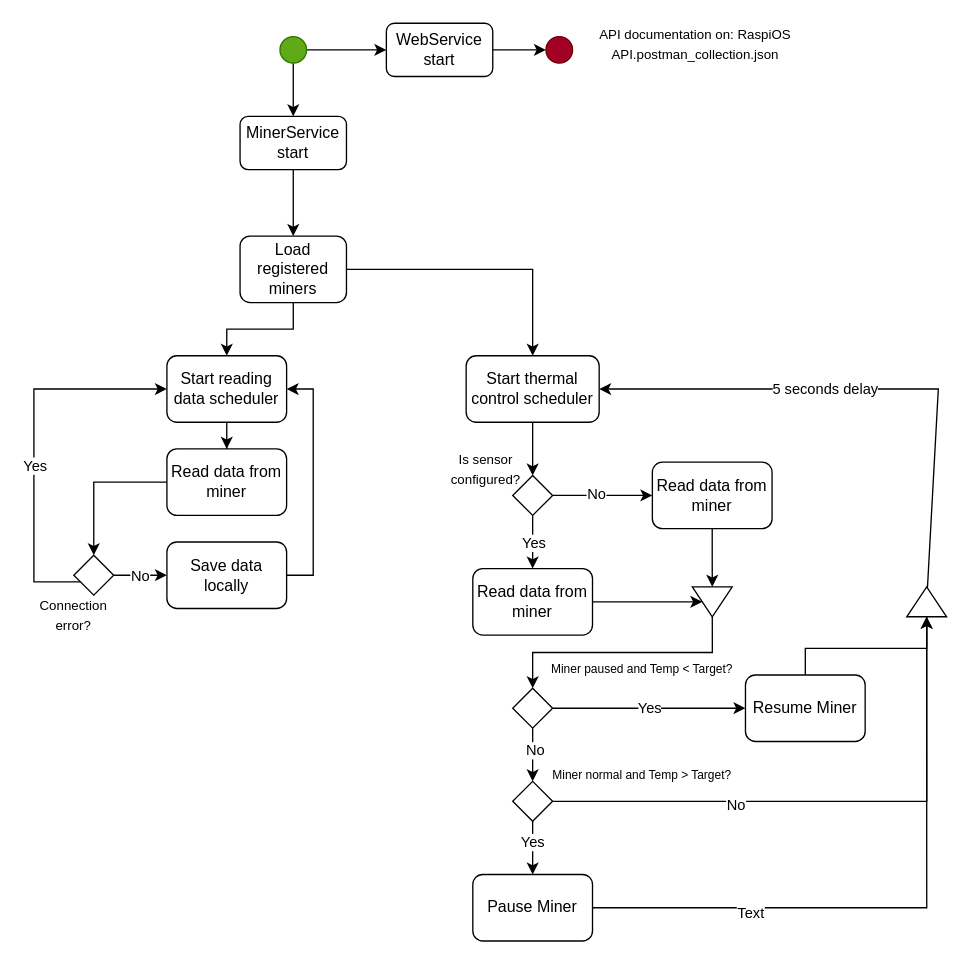
The draw.io diagram Planning, files and stuff/Raspi Process Diagram.drawio in Thermine-xyz/thermine-raspi, before the edit. Source tidied: cells renumbered, new cells numbered last; positions are measured from the earlier drawing's top-left corner, leaving out a move shared by most shapes. Both pictures are drawn from the tidied source at 133%, with x=0, y=0 at pixel (33, 23).
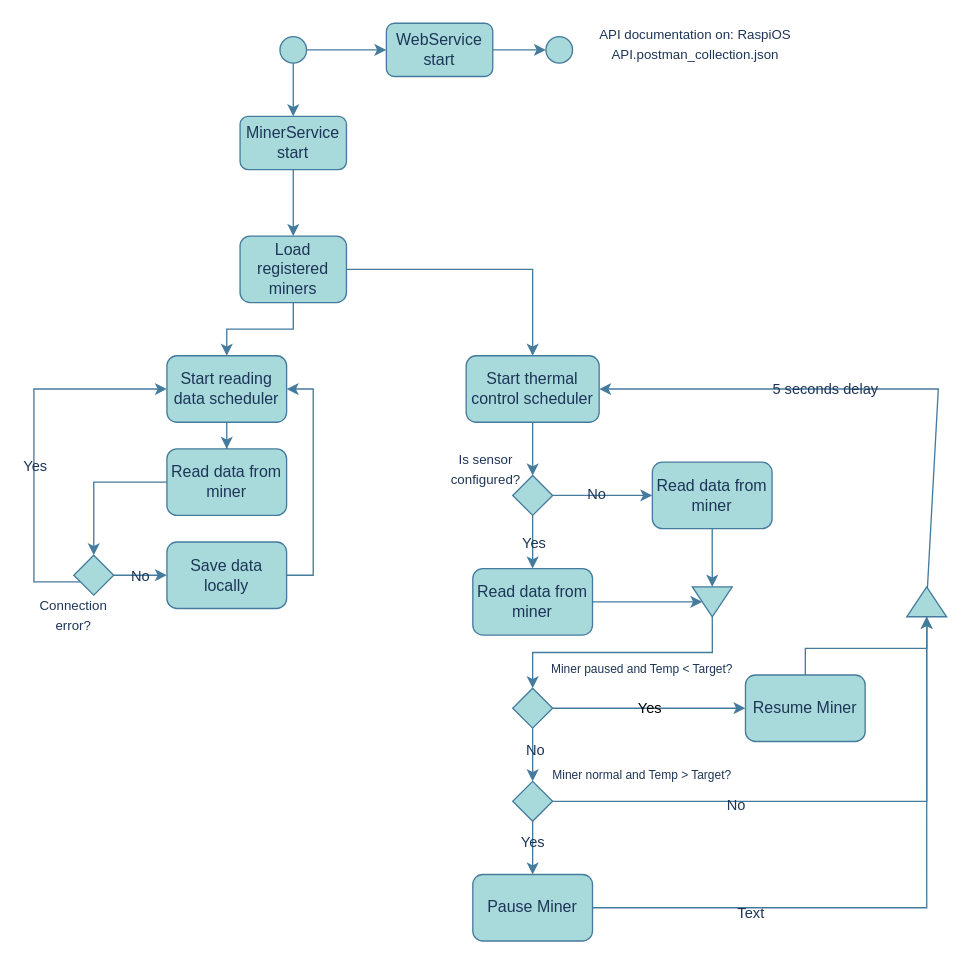
The same page after the edit.

Commit message (it also covers changes not shown here):
Process Diagram

The edit, as a diff of the source:
```diff
@@
-<mxGraphModel>
+<mxGraphModel background="light-dark(#FFFFFF,#121212)">
@@
-    <mxCell id="2" style="edgeStyle=orthogonalEdgeStyle;rounded=0;jettySize=auto;html=1;entryX=0;entryY=0.5;entryDx=0;entryDy=0;" parent="1" edge="1" source="4" target="6">
+    <mxCell id="2" style="edgeStyle=orthogonalEdgeStyle;rounded=0;jettySize=auto;html=1;entryX=0;entryY=0.5;entryDx=0;entryDy=0;labelBackgroundColor=none;strokeColor=#457B9D;fontColor=default;" parent="1" edge="1" source="4" target="6">
       <mxGeometry relative="1" as="geometry" />
     </mxCell>
-    <mxCell id="3" style="edgeStyle=orthogonalEdgeStyle;rounded=0;jettySize=auto;html=1;" parent="1" edge="1" source="4" target="8">
+    <mxCell id="3" style="edgeStyle=orthogonalEdgeStyle;rounded=0;jettySize=auto;html=1;labelBackgroundColor=none;strokeColor=#457B9D;fontColor=default;" parent="1" edge="1" source="4" target="8">
       <mxGeometry relative="1" as="geometry" />
     </mxCell>
-    <mxCell id="4" style="ellipse;whiteSpace=wrap;html=1;fillColor=#60a917;fontColor=#ffffff;strokeColor=#2D7600;" parent="1" vertex="1">
+    <mxCell id="4" style="ellipse;whiteSpace=wrap;html=1;fillColor=#A8DADC;fontColor=#1D3557;strokeColor=#457B9D;labelBackgroundColor=none;" parent="1" vertex="1">
       <mxGeometry x="185" y="10" width="20" height="20" as="geometry" />
     </mxCell>
-    <mxCell id="5" style="edgeStyle=orthogonalEdgeStyle;rounded=0;jettySize=auto;html=1;" parent="1" edge="1" source="6" target="9">
+    <mxCell id="5" style="edgeStyle=orthogonalEdgeStyle;rounded=0;jettySize=auto;html=1;labelBackgroundColor=none;strokeColor=#457B9D;fontColor=default;" parent="1" edge="1" source="6" target="9">
       <mxGeometry relative="1" as="geometry" />
     </mxCell>
-    <mxCell id="6" value="WebService start" style="rounded=1;whiteSpace=wrap;html=1;" parent="1" vertex="1">
+    <mxCell id="6" value="WebService start" style="rounded=1;whiteSpace=wrap;html=1;labelBackgroundColor=none;fillColor=#A8DADC;strokeColor=#457B9D;fontColor=#1D3557;" parent="1" vertex="1">
       <mxGeometry x="265" width="80" height="40" as="geometry" />
     </mxCell>
-    <mxCell id="7" style="edgeStyle=orthogonalEdgeStyle;rounded=0;jettySize=auto;html=1;" parent="1" edge="1" source="8" target="12">
+    <mxCell id="7" style="edgeStyle=orthogonalEdgeStyle;rounded=0;jettySize=auto;html=1;labelBackgroundColor=none;strokeColor=#457B9D;fontColor=default;" parent="1" edge="1" source="8" target="12">
       <mxGeometry relative="1" as="geometry" />
     </mxCell>
-    <mxCell id="8" value="MinerService start" style="rounded=1;whiteSpace=wrap;html=1;" parent="1" vertex="1">
+    <mxCell id="8" value="MinerService start" style="rounded=1;whiteSpace=wrap;html=1;labelBackgroundColor=none;fillColor=#A8DADC;strokeColor=#457B9D;fontColor=#1D3557;" parent="1" vertex="1">
       <mxGeometry x="155" y="70" width="80" height="40" as="geometry" />
     </mxCell>
-    <mxCell id="9" style="ellipse;whiteSpace=wrap;html=1;fillColor=#a20025;fontColor=#ffffff;strokeColor=#6F0000;" parent="1" vertex="1">
+    <mxCell id="9" style="ellipse;whiteSpace=wrap;html=1;fillColor=#A8DADC;fontColor=#1D3557;strokeColor=#457B9D;labelBackgroundColor=none;" parent="1" vertex="1">
       <mxGeometry x="385" y="10" width="20" height="20" as="geometry" />
     </mxCell>
-    <mxCell id="10" style="edgeStyle=orthogonalEdgeStyle;rounded=0;jettySize=auto;html=1;" parent="1" edge="1" source="12" target="14">
+    <mxCell id="10" style="edgeStyle=orthogonalEdgeStyle;rounded=0;jettySize=auto;html=1;labelBackgroundColor=none;strokeColor=#457B9D;fontColor=default;" parent="1" edge="1" source="12" target="14">
       <mxGeometry relative="1" as="geometry" />
     </mxCell>
-    <mxCell id="11" style="edgeStyle=orthogonalEdgeStyle;rounded=0;jettySize=auto;html=1;" parent="1" edge="1" source="12" target="16">
+    <mxCell id="11" style="edgeStyle=orthogonalEdgeStyle;rounded=0;jettySize=auto;html=1;labelBackgroundColor=none;strokeColor=#457B9D;fontColor=default;" parent="1" edge="1" source="12" target="16">
       <mxGeometry relative="1" as="geometry" />
     </mxCell>
-    <mxCell id="12" value="Load registered miners" style="rounded=1;whiteSpace=wrap;html=1;" parent="1" vertex="1">
+    <mxCell id="12" value="Load registered miners" style="rounded=1;whiteSpace=wrap;html=1;labelBackgroundColor=none;fillColor=#A8DADC;strokeColor=#457B9D;fontColor=#1D3557;" parent="1" vertex="1">
       <mxGeometry x="155" y="160" width="80" height="50" as="geometry" />
     </mxCell>
-    <mxCell id="13" style="edgeStyle=orthogonalEdgeStyle;rounded=0;jettySize=auto;html=1;" parent="1" edge="1" source="14" target="18">
+    <mxCell id="13" style="edgeStyle=orthogonalEdgeStyle;rounded=0;jettySize=auto;html=1;labelBackgroundColor=none;strokeColor=#457B9D;fontColor=default;" parent="1" edge="1" source="14" target="18">
       <mxGeometry relative="1" as="geometry" />
     </mxCell>
-    <mxCell id="14" value="Start reading data scheduler" style="rounded=1;whiteSpace=wrap;html=1;" parent="1" vertex="1">
+    <mxCell id="14" value="Start reading data scheduler" style="rounded=1;whiteSpace=wrap;html=1;labelBackgroundColor=none;fillColor=#A8DADC;strokeColor=#457B9D;fontColor=#1D3557;" parent="1" vertex="1">
       <mxGeometry x="100" y="250" width="90" height="50" as="geometry" />
     </mxCell>
-    <mxCell id="15" style="edgeStyle=orthogonalEdgeStyle;rounded=0;jettySize=auto;html=1;" parent="1" edge="1" source="16" target="31">
+    <mxCell id="15" style="edgeStyle=orthogonalEdgeStyle;rounded=0;jettySize=auto;html=1;labelBackgroundColor=none;strokeColor=#457B9D;fontColor=default;" parent="1" edge="1" source="16" target="31">
       <mxGeometry relative="1" as="geometry" />
     </mxCell>
-    <mxCell id="16" value="Start thermal control scheduler" style="rounded=1;whiteSpace=wrap;html=1;" parent="1" vertex="1">
+    <mxCell id="16" value="Start thermal control scheduler" style="rounded=1;whiteSpace=wrap;html=1;labelBackgroundColor=none;fillColor=#A8DADC;strokeColor=#457B9D;fontColor=#1D3557;" parent="1" vertex="1">
       <mxGeometry x="325" y="250" width="100" height="50" as="geometry" />
     </mxCell>
-    <mxCell id="17" style="edgeStyle=orthogonalEdgeStyle;rounded=0;jettySize=auto;html=1;entryX=0.5;entryY=0;entryDx=0;entryDy=0;" parent="1" edge="1" source="18" target="23">
+    <mxCell id="17" style="edgeStyle=orthogonalEdgeStyle;rounded=0;jettySize=auto;html=1;entryX=0.5;entryY=0;entryDx=0;entryDy=0;labelBackgroundColor=none;strokeColor=#457B9D;fontColor=default;" parent="1" edge="1" source="18" target="23">
       <mxGeometry relative="1" as="geometry" />
     </mxCell>
-    <mxCell id="18" value="Read data from miner" style="rounded=1;whiteSpace=wrap;html=1;" parent="1" vertex="1">
+    <mxCell id="18" value="Read data from miner" style="rounded=1;whiteSpace=wrap;html=1;labelBackgroundColor=none;fillColor=#A8DADC;strokeColor=#457B9D;fontColor=#1D3557;" parent="1" vertex="1">
       <mxGeometry x="100" y="320" width="90" height="50" as="geometry" />
     </mxCell>
-    <mxCell id="19" style="edgeStyle=orthogonalEdgeStyle;rounded=0;jettySize=auto;html=1;entryX=0;entryY=0.5;entryDx=0;entryDy=0;" parent="1" edge="1" source="23" target="14">
+    <mxCell id="19" style="edgeStyle=orthogonalEdgeStyle;rounded=0;jettySize=auto;html=1;entryX=0;entryY=0.5;entryDx=0;entryDy=0;labelBackgroundColor=none;strokeColor=#457B9D;fontColor=default;" parent="1" edge="1" source="23" target="14">
       <mxGeometry relative="1" as="geometry">
         <Array as="points">
           <mxPoint y="420" />
           <mxPoint y="275" />
         </Array>
       </mxGeometry>
     </mxCell>
-    <mxCell id="20" value="Yes" style="edgeLabel;html=1;align=center;verticalAlign=middle;" parent="19" vertex="1">
+    <mxCell id="20" value="Yes" style="edgeLabel;html=1;align=center;verticalAlign=middle;labelBackgroundColor=none;fontColor=#1D3557;" parent="19" vertex="1">
       <mxGeometry x="-0.12" relative="1" as="geometry" />
     </mxCell>
-    <mxCell id="21" style="edgeStyle=orthogonalEdgeStyle;rounded=0;jettySize=auto;html=1;" parent="1" edge="1" source="23" target="25">
+    <mxCell id="21" style="edgeStyle=orthogonalEdgeStyle;rounded=0;jettySize=auto;html=1;labelBackgroundColor=none;strokeColor=#457B9D;fontColor=default;" parent="1" edge="1" source="23" target="25">
       <mxGeometry relative="1" as="geometry" />
     </mxCell>
-    <mxCell id="22" value="No" style="edgeLabel;html=1;align=center;verticalAlign=middle;" parent="21" vertex="1">
+    <mxCell id="22" value="No" style="edgeLabel;html=1;align=center;verticalAlign=middle;labelBackgroundColor=none;fontColor=#1D3557;" parent="21" vertex="1">
       <mxGeometry x="0.32" y="-1" relative="1" as="geometry">
         <mxPoint x="-7" y="-1" as="offset" />
       </mxGeometry>
     </mxCell>
-    <mxCell id="23" style="rhombus;whiteSpace=wrap;html=1;" parent="1" vertex="1">
+    <mxCell id="23" style="rhombus;whiteSpace=wrap;html=1;labelBackgroundColor=none;fillColor=#A8DADC;strokeColor=#457B9D;fontColor=#1D3557;" parent="1" vertex="1">
       <mxGeometry x="30" y="400" width="30" height="30" as="geometry" />
     </mxCell>
-    <mxCell id="24" style="edgeStyle=orthogonalEdgeStyle;rounded=0;jettySize=auto;html=1;entryX=1;entryY=0.5;entryDx=0;entryDy=0;" parent="1" edge="1" source="25" target="14">
+    <mxCell id="24" style="edgeStyle=orthogonalEdgeStyle;rounded=0;jettySize=auto;html=1;entryX=1;entryY=0.5;entryDx=0;entryDy=0;labelBackgroundColor=none;strokeColor=#457B9D;fontColor=default;" parent="1" edge="1" source="25" target="14">
       <mxGeometry relative="1" as="geometry">
         <Array as="points">
           <mxPoint x="210" y="415" />
           <mxPoint x="210" y="275" />
         </Array>
       </mxGeometry>
     </mxCell>
-    <mxCell id="25" value="Save data locally" style="rounded=1;whiteSpace=wrap;html=1;" parent="1" vertex="1">
+    <mxCell id="25" value="Save data locally" style="rounded=1;whiteSpace=wrap;html=1;labelBackgroundColor=none;fillColor=#A8DADC;strokeColor=#457B9D;fontColor=#1D3557;" parent="1" vertex="1">
       <mxGeometry x="100" y="390" width="90" height="50" as="geometry" />
     </mxCell>
-    <mxCell id="26" value="&lt;font style=&quot;font-size: 10px;&quot;&gt;Connection error?&lt;/font&gt;" style="text;html=1;align=center;verticalAlign=middle;whiteSpace=wrap;rounded=0;" parent="1" vertex="1">
+    <mxCell id="26" value="&lt;font style=&quot;font-size: 10px;&quot;&gt;Connection error?&lt;/font&gt;" style="text;html=1;align=center;verticalAlign=middle;whiteSpace=wrap;rounded=0;labelBackgroundColor=none;fontColor=#1D3557;" parent="1" vertex="1">
       <mxGeometry y="430" width="60" height="30" as="geometry" />
     </mxCell>
-    <mxCell id="27" style="edgeStyle=orthogonalEdgeStyle;rounded=0;jettySize=auto;html=1;" parent="1" edge="1" source="31" target="34">
+    <mxCell id="27" style="edgeStyle=orthogonalEdgeStyle;rounded=0;jettySize=auto;html=1;labelBackgroundColor=none;strokeColor=#457B9D;fontColor=default;" parent="1" edge="1" source="31" target="34">
       <mxGeometry relative="1" as="geometry" />
     </mxCell>
-    <mxCell id="28" value="No" style="edgeLabel;html=1;align=center;verticalAlign=middle;" parent="27" vertex="1">
+    <mxCell id="28" value="No" style="edgeLabel;html=1;align=center;verticalAlign=middle;labelBackgroundColor=none;fontColor=#1D3557;" parent="27" vertex="1">
       <mxGeometry x="-0.16" y="2" relative="1" as="geometry" />
     </mxCell>
-    <mxCell id="29" style="edgeStyle=orthogonalEdgeStyle;rounded=0;jettySize=auto;html=1;" parent="1" edge="1" source="31" target="36">
+    <mxCell id="29" style="edgeStyle=orthogonalEdgeStyle;rounded=0;jettySize=auto;html=1;labelBackgroundColor=none;strokeColor=#457B9D;fontColor=default;" parent="1" edge="1" source="31" target="36">
       <mxGeometry relative="1" as="geometry" />
     </mxCell>
-    <mxCell id="30" value="Yes" style="edgeLabel;html=1;align=center;verticalAlign=middle;" parent="29" vertex="1">
+    <mxCell id="30" value="Yes" style="edgeLabel;html=1;align=center;verticalAlign=middle;labelBackgroundColor=none;fontColor=#1D3557;" parent="29" vertex="1">
       <mxGeometry x="0.29" y="-2" relative="1" as="geometry">
         <mxPoint x="2" y="-6" as="offset" />
       </mxGeometry>
     </mxCell>
-    <mxCell id="31" style="rhombus;whiteSpace=wrap;html=1;" parent="1" vertex="1">
+    <mxCell id="31" style="rhombus;whiteSpace=wrap;html=1;labelBackgroundColor=none;fillColor=#A8DADC;strokeColor=#457B9D;fontColor=#1D3557;" parent="1" vertex="1">
       <mxGeometry x="360" y="340" width="30" height="30" as="geometry" />
     </mxCell>
-    <mxCell id="32" value="&lt;font style=&quot;font-size: 10px;&quot;&gt;Is sensor configured?&lt;/font&gt;" style="text;html=1;align=center;verticalAlign=middle;whiteSpace=wrap;rounded=0;" parent="1" vertex="1">
+    <mxCell id="32" value="&lt;font style=&quot;font-size: 10px;&quot;&gt;Is sensor configured?&lt;/font&gt;" style="text;html=1;align=center;verticalAlign=middle;whiteSpace=wrap;rounded=0;labelBackgroundColor=none;fontColor=#1D3557;" parent="1" vertex="1">
       <mxGeometry x="310" y="320" width="60" height="30" as="geometry" />
     </mxCell>
-    <mxCell id="33" style="edgeStyle=orthogonalEdgeStyle;rounded=0;jettySize=auto;html=1;" parent="1" edge="1" source="34" target="38">
+    <mxCell id="33" style="edgeStyle=orthogonalEdgeStyle;rounded=0;jettySize=auto;html=1;labelBackgroundColor=none;strokeColor=#457B9D;fontColor=default;" parent="1" edge="1" source="34" target="38">
       <mxGeometry relative="1" as="geometry" />
     </mxCell>
-    <mxCell id="34" value="Read data from miner" style="rounded=1;whiteSpace=wrap;html=1;" parent="1" vertex="1">
+    <mxCell id="34" value="Read data from miner" style="rounded=1;whiteSpace=wrap;html=1;labelBackgroundColor=none;fillColor=#A8DADC;strokeColor=#457B9D;fontColor=#1D3557;" parent="1" vertex="1">
       <mxGeometry x="465" y="330" width="90" height="50" as="geometry" />
     </mxCell>
-    <mxCell id="35" style="edgeStyle=orthogonalEdgeStyle;rounded=0;jettySize=auto;html=1;entryX=0.5;entryY=1;entryDx=0;entryDy=0;" parent="1" edge="1" source="36" target="38">
+    <mxCell id="35" style="edgeStyle=orthogonalEdgeStyle;rounded=0;jettySize=auto;html=1;entryX=0.5;entryY=1;entryDx=0;entryDy=0;labelBackgroundColor=none;strokeColor=#457B9D;fontColor=default;" parent="1" edge="1" source="36" target="38">
       <mxGeometry relative="1" as="geometry" />
     </mxCell>
-    <mxCell id="36" value="Read data from miner" style="rounded=1;whiteSpace=wrap;html=1;" parent="1" vertex="1">
+    <mxCell id="36" value="Read data from miner" style="rounded=1;whiteSpace=wrap;html=1;labelBackgroundColor=none;fillColor=#A8DADC;strokeColor=#457B9D;fontColor=#1D3557;" parent="1" vertex="1">
       <mxGeometry x="330" y="410" width="90" height="50" as="geometry" />
     </mxCell>
-    <mxCell id="37" style="edgeStyle=orthogonalEdgeStyle;rounded=0;jettySize=auto;html=1;exitX=1;exitY=0.5;exitDx=0;exitDy=0;" parent="1" edge="1" source="38" target="42">
+    <mxCell id="37" style="edgeStyle=orthogonalEdgeStyle;rounded=0;jettySize=auto;html=1;exitX=1;exitY=0.5;exitDx=0;exitDy=0;labelBackgroundColor=none;strokeColor=#457B9D;fontColor=default;" parent="1" edge="1" source="38" target="42">
       <mxGeometry relative="1" as="geometry" />
     </mxCell>
-    <mxCell id="38" style="triangle;whiteSpace=wrap;html=1;rotation=90;" parent="1" vertex="1">
+    <mxCell id="38" style="triangle;whiteSpace=wrap;html=1;rotation=90;labelBackgroundColor=none;fillColor=#A8DADC;strokeColor=#457B9D;fontColor=#1D3557;" parent="1" vertex="1">
       <mxGeometry x="498.8" y="420" width="22.5" height="30" as="geometry" />
     </mxCell>
-    <mxCell id="39" style="edgeStyle=orthogonalEdgeStyle;rounded=0;jettySize=auto;html=1;" parent="1" edge="1" source="42" target="48">
+    <mxCell id="39" style="edgeStyle=orthogonalEdgeStyle;rounded=0;jettySize=auto;html=1;labelBackgroundColor=none;strokeColor=#457B9D;fontColor=default;" parent="1" edge="1" source="42" target="48">
       <mxGeometry relative="1" as="geometry" />
     </mxCell>
-    <mxCell id="40" value="No" style="edgeLabel;html=1;align=center;verticalAlign=middle;" parent="39" vertex="1">
+    <mxCell id="40" value="No" style="edgeLabel;html=1;align=center;verticalAlign=middle;labelBackgroundColor=none;fontColor=#1D3557;" parent="39" vertex="1">
       <mxGeometry x="-0.22" y="1" relative="1" as="geometry" />
     </mxCell>
-    <mxCell id="41" value="Yes" style="edgeStyle=orthogonalEdgeStyle;rounded=0;jettySize=auto;html=1;" parent="1" edge="1" source="42" target="50">
+    <mxCell id="41" value="Yes" style="edgeStyle=orthogonalEdgeStyle;rounded=0;jettySize=auto;html=1;labelBackgroundColor=none;strokeColor=#457B9D;fontColor=default;" parent="1" edge="1" source="42" target="50">
       <mxGeometry relative="1" as="geometry" />
     </mxCell>
-    <mxCell id="42" style="rhombus;whiteSpace=wrap;html=1;" parent="1" vertex="1">
+    <mxCell id="42" style="rhombus;whiteSpace=wrap;html=1;labelBackgroundColor=none;fillColor=#A8DADC;strokeColor=#457B9D;fontColor=#1D3557;" parent="1" vertex="1">
       <mxGeometry x="360" y="500" width="30" height="30" as="geometry" />
     </mxCell>
-    <mxCell id="43" value="&lt;font style=&quot;font-size: 9px;&quot;&gt;Miner paused and Temp &amp;lt; Target?&lt;/font&gt;" style="text;html=1;align=center;verticalAlign=middle;whiteSpace=wrap;rounded=0;" parent="1" vertex="1">
+    <mxCell id="43" value="&lt;font style=&quot;font-size: 9px;&quot;&gt;Miner paused and Temp &amp;lt; Target?&lt;/font&gt;" style="text;html=1;align=center;verticalAlign=middle;whiteSpace=wrap;rounded=0;labelBackgroundColor=none;fontColor=#1D3557;" parent="1" vertex="1">
       <mxGeometry x="380" y="470" width="155" height="30" as="geometry" />
     </mxCell>
-    <mxCell id="44" style="edgeStyle=orthogonalEdgeStyle;rounded=0;jettySize=auto;html=1;entryX=0.5;entryY=0;entryDx=0;entryDy=0;" parent="1" edge="1" source="48" target="54">
+    <mxCell id="44" style="edgeStyle=orthogonalEdgeStyle;rounded=0;jettySize=auto;html=1;entryX=0.5;entryY=0;entryDx=0;entryDy=0;labelBackgroundColor=none;strokeColor=#457B9D;fontColor=default;" parent="1" edge="1" source="48" target="54">
       <mxGeometry relative="1" as="geometry" />
     </mxCell>
-    <mxCell id="45" value="Yes" style="edgeLabel;html=1;align=center;verticalAlign=middle;" parent="44" vertex="1">
+    <mxCell id="45" value="Yes" style="edgeLabel;html=1;align=center;verticalAlign=middle;labelBackgroundColor=none;fontColor=#1D3557;" parent="44" vertex="1">
       <mxGeometry x="-0.25" y="-1" relative="1" as="geometry" />
     </mxCell>
-    <mxCell id="46" style="edgeStyle=orthogonalEdgeStyle;rounded=0;jettySize=auto;html=1;" parent="1" edge="1" source="48" target="57">
+    <mxCell id="46" style="edgeStyle=orthogonalEdgeStyle;rounded=0;jettySize=auto;html=1;labelBackgroundColor=none;strokeColor=#457B9D;fontColor=default;" parent="1" edge="1" source="48" target="57">
       <mxGeometry relative="1" as="geometry" />
     </mxCell>
-    <mxCell id="47" value="No" style="edgeLabel;html=1;align=center;verticalAlign=middle;" parent="46" vertex="1">
+    <mxCell id="47" value="No" style="edgeLabel;html=1;align=center;verticalAlign=middle;labelBackgroundColor=none;fontColor=#1D3557;" parent="46" vertex="1">
       <mxGeometry x="-0.35" y="-2" relative="1" as="geometry" />
     </mxCell>
-    <mxCell id="48" style="rhombus;whiteSpace=wrap;html=1;" parent="1" vertex="1">
+    <mxCell id="48" style="rhombus;whiteSpace=wrap;html=1;labelBackgroundColor=none;fillColor=#A8DADC;strokeColor=#457B9D;fontColor=#1D3557;" parent="1" vertex="1">
       <mxGeometry x="360" y="570" width="30" height="30" as="geometry" />
     </mxCell>
-    <mxCell id="49" style="edgeStyle=orthogonalEdgeStyle;rounded=0;jettySize=auto;html=1;entryX=1;entryY=0.5;entryDx=0;entryDy=0;" parent="1" edge="1" source="50" target="57">
+    <mxCell id="49" style="edgeStyle=orthogonalEdgeStyle;rounded=0;jettySize=auto;html=1;entryX=1;entryY=0.5;entryDx=0;entryDy=0;labelBackgroundColor=none;strokeColor=#457B9D;fontColor=default;" parent="1" edge="1" source="50" target="57">
       <mxGeometry relative="1" as="geometry">
         <Array as="points">
           <mxPoint x="580" y="470" />
           <mxPoint x="671" y="470" />
         </Array>
       </mxGeometry>
     </mxCell>
-    <mxCell id="50" value="Resume Miner" style="rounded=1;whiteSpace=wrap;html=1;" parent="1" vertex="1">
+    <mxCell id="50" value="Resume Miner" style="rounded=1;whiteSpace=wrap;html=1;labelBackgroundColor=none;fillColor=#A8DADC;strokeColor=#457B9D;fontColor=#1D3557;" parent="1" vertex="1">
       <mxGeometry x="535" y="490" width="90" height="50" as="geometry" />
     </mxCell>
-    <mxCell id="51" value="&lt;font style=&quot;font-size: 9px;&quot;&gt;Miner normal and Temp &amp;gt; Target?&lt;/font&gt;" style="text;html=1;align=center;verticalAlign=middle;whiteSpace=wrap;rounded=0;" parent="1" vertex="1">
+    <mxCell id="51" value="&lt;font style=&quot;font-size: 9px;&quot;&gt;Miner normal and Temp &amp;gt; Target?&lt;/font&gt;" style="text;html=1;align=center;verticalAlign=middle;whiteSpace=wrap;rounded=0;labelBackgroundColor=none;fontColor=#1D3557;" parent="1" vertex="1">
       <mxGeometry x="380" y="550" width="155" height="30" as="geometry" />
     </mxCell>
-    <mxCell id="52" style="edgeStyle=orthogonalEdgeStyle;rounded=0;jettySize=auto;html=1;" parent="1" edge="1" source="54" target="57">
+    <mxCell id="52" style="edgeStyle=orthogonalEdgeStyle;rounded=0;jettySize=auto;html=1;labelBackgroundColor=none;strokeColor=#457B9D;fontColor=default;" parent="1" edge="1" source="54" target="57">
       <mxGeometry relative="1" as="geometry" />
     </mxCell>
-    <mxCell id="53" value="Text" style="edgeLabel;html=1;align=center;verticalAlign=middle;" parent="52" vertex="1">
+    <mxCell id="53" value="Text" style="edgeLabel;html=1;align=center;verticalAlign=middle;labelBackgroundColor=none;fontColor=#1D3557;" parent="52" vertex="1">
       <mxGeometry x="-0.5" y="-3" relative="1" as="geometry" />
     </mxCell>
-    <mxCell id="54" value="Pause Miner" style="rounded=1;whiteSpace=wrap;html=1;" parent="1" vertex="1">
+    <mxCell id="54" value="Pause Miner" style="rounded=1;whiteSpace=wrap;html=1;labelBackgroundColor=none;fillColor=#A8DADC;strokeColor=#457B9D;fontColor=#1D3557;" parent="1" vertex="1">
       <mxGeometry x="330" y="640" width="90" height="50" as="geometry" />
     </mxCell>
-    <mxCell id="55" style="edgeStyle=orthogonalEdgeStyle;rounded=0;jettySize=auto;html=1;entryX=1;entryY=0.5;entryDx=0;entryDy=0;" parent="1" edge="1" source="57" target="16">
+    <mxCell id="55" style="edgeStyle=orthogonalEdgeStyle;rounded=0;jettySize=auto;html=1;entryX=1;entryY=0.5;entryDx=0;entryDy=0;labelBackgroundColor=none;strokeColor=#457B9D;fontColor=default;" parent="1" edge="1" source="57" target="16">
       <mxGeometry relative="1" as="geometry">
         <Array as="points">
           <mxPoint x="680" y="275" />
         </Array>
       </mxGeometry>
     </mxCell>
-    <mxCell id="56" value="5 seconds delay" style="edgeLabel;html=1;align=center;verticalAlign=middle;" parent="55" vertex="1">
+    <mxCell id="56" value="5 seconds delay" style="edgeLabel;html=1;align=center;verticalAlign=middle;labelBackgroundColor=none;fontColor=#1D3557;" parent="55" vertex="1">
       <mxGeometry x="0.16" y="-1" relative="1" as="geometry" />
     </mxCell>
-    <mxCell id="57" style="triangle;whiteSpace=wrap;html=1;rotation=-90;" parent="1" vertex="1">
+    <mxCell id="57" style="triangle;whiteSpace=wrap;html=1;rotation=-90;labelBackgroundColor=none;fillColor=#A8DADC;strokeColor=#457B9D;fontColor=#1D3557;" parent="1" vertex="1">
       <mxGeometry x="660" y="420" width="22.5" height="30" as="geometry" />
     </mxCell>
-    <mxCell id="58" value="&lt;font style=&quot;font-size: 10px;&quot;&gt;API documentation on:&amp;nbsp;RaspiOS API.postman_collection.json&lt;/font&gt;" style="text;html=1;align=center;verticalAlign=middle;whiteSpace=wrap;rounded=0;" parent="1" vertex="1">
+    <mxCell id="58" value="&lt;font style=&quot;font-size: 10px;&quot;&gt;API documentation on:&amp;nbsp;RaspiOS API.postman_collection.json&lt;/font&gt;" style="text;html=1;align=center;verticalAlign=middle;whiteSpace=wrap;rounded=0;labelBackgroundColor=none;fontColor=#1D3557;" parent="1" vertex="1">
       <mxGeometry x="415" width="165" height="30" as="geometry" />
     </mxCell>
```
